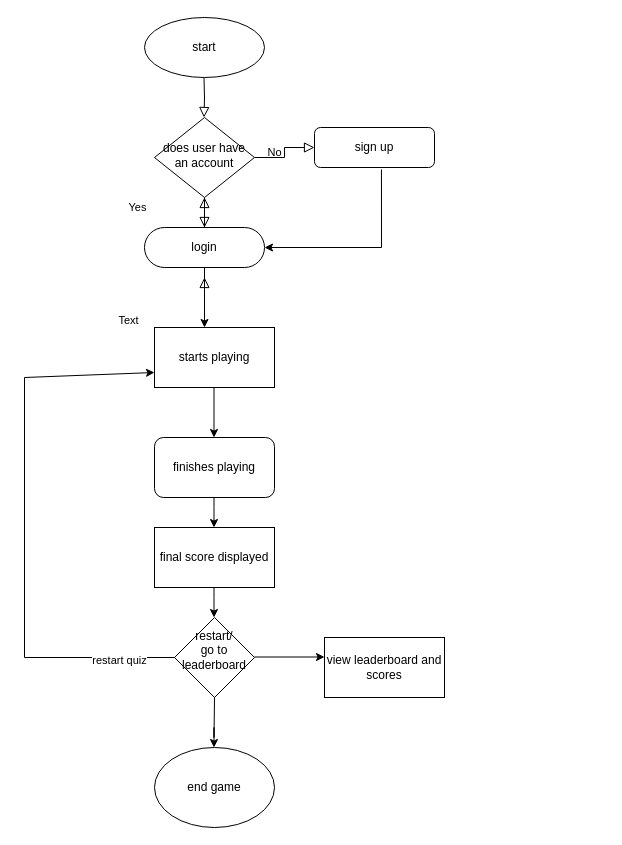
The draw.io diagram Untitled Diagram.drawio in PrudenceGikundi/alx_capstone_project, before the edit. Source tidied: cells renumbered, new cells numbered last; positions are measured from the earlier drawing's top-left corner, leaving out a move shared by most shapes. Both pictures are drawn from the tidied source at 100%, with x=0, y=0 at pixel (24, 17).
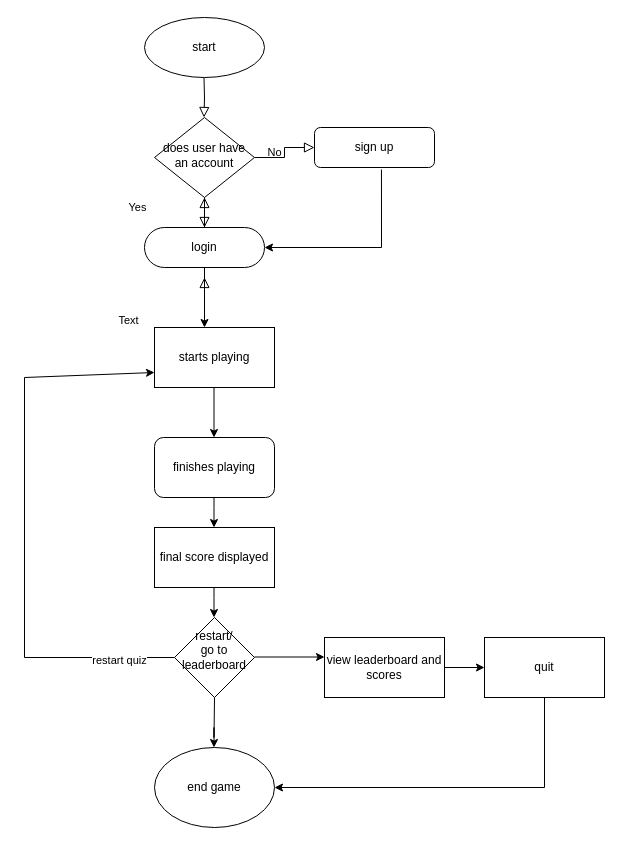
After the change.

Unchanged cells that the change refers to:
```xml
<mxCell id="23" value="view leaderboard and scores" style="rounded=0;whiteSpace=wrap;html=1;" parent="1" vertex="1">
  <mxGeometry x="300" y="620" width="120" height="60" as="geometry" />
</mxCell>
<mxCell id="25" value="end game" style="ellipse;whiteSpace=wrap;html=1;" parent="1" vertex="1">
  <mxGeometry x="130" y="730" width="120" height="80" as="geometry" />
</mxCell>
```

The edit, as a diff of the source:
```diff
@@
+    <mxCell id="27" value="quit" style="rounded=0;whiteSpace=wrap;html=1;" parent="1" vertex="1">
+      <mxGeometry x="460" y="620" width="120" height="60" as="geometry" />
+    </mxCell>
+    <mxCell id="28" style="endArrow=classic;html=1;rounded=0;exitX=1;exitY=0.5;exitDx=0;exitDy=0;" parent="1" edge="1" source="23">
+      <mxGeometry relative="1" as="geometry">
+        <mxPoint x="460" y="650" as="targetPoint" />
+      </mxGeometry>
+    </mxCell>
+    <mxCell id="29" style="endArrow=classic;html=1;rounded=0;exitX=0.5;exitY=1;exitDx=0;exitDy=0;entryX=1;entryY=0.5;entryDx=0;entryDy=0;" parent="1" edge="1" source="27" target="25">
+      <mxGeometry relative="1" as="geometry">
+        <Array as="points">
+          <mxPoint x="520" y="770" />
+        </Array>
+      </mxGeometry>
+    </mxCell>
```
